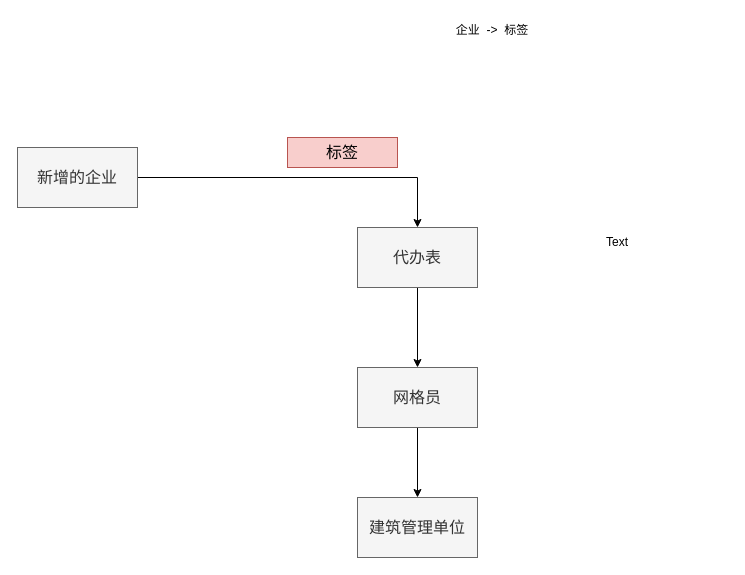
This is 消防新增.drawio from w1041660542/draw.io, a draw.io file, before an edit. Source tidied: cells renumbered, new cells numbered last; positions are measured from the earlier drawing's top-left corner, leaving out a move shared by most shapes. Both pictures are drawn from the tidied source at 100%, with x=0, y=0 at pixel (17, 17).
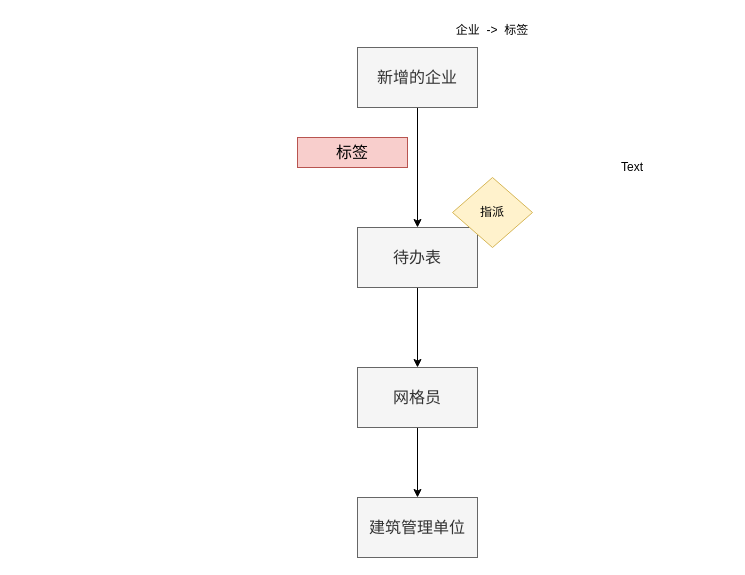
Above is the later version.

Commit message:
更新消防新增.drawio

The edit, as a diff of the source:
```diff
@@
 <mxGraphModel>
   <root>
     <mxCell id="0" />
     <mxCell id="1" parent="0" />
     <mxCell id="2" style="edgeStyle=orthogonalEdgeStyle;rounded=0;jettySize=auto;html=1;" parent="1" edge="1" source="3" target="5">
       <mxGeometry relative="1" as="geometry" />
     </mxCell>
     <mxCell id="3" value="&lt;font style=&quot;font-size: 16px;&quot;&gt;新增的企业&lt;/font&gt;" style="rounded=0;whiteSpace=wrap;html=1;fillColor=#f5f5f5;fontColor=#333333;strokeColor=#666666;" parent="1" vertex="1">
-      <mxGeometry y="130" width="120" height="60" as="geometry" />
+      <mxGeometry x="340" y="30" width="120" height="60" as="geometry" />
     </mxCell>
     <mxCell id="4" style="edgeStyle=orthogonalEdgeStyle;rounded=0;jettySize=auto;html=1;" parent="1" edge="1" source="5" target="8">
       <mxGeometry relative="1" as="geometry" />
     </mxCell>
-    <mxCell id="5" value="&lt;font style=&quot;font-size: 16px;&quot;&gt;代办表&lt;/font&gt;" style="rounded=0;whiteSpace=wrap;html=1;fillColor=#f5f5f5;strokeColor=#666666;fontColor=#333333;" parent="1" vertex="1">
+    <mxCell id="5" value="&lt;font style=&quot;font-size: 16px;&quot;&gt;待办表&lt;/font&gt;" style="rounded=0;whiteSpace=wrap;html=1;fillColor=#f5f5f5;strokeColor=#666666;fontColor=#333333;" parent="1" vertex="1">
       <mxGeometry x="340" y="210" width="120" height="60" as="geometry" />
     </mxCell>
     <mxCell id="6" value="&lt;font style=&quot;font-size: 16px;&quot;&gt;标签&lt;/font&gt;" style="text;html=1;align=center;verticalAlign=middle;whiteSpace=wrap;rounded=0;fillColor=#f8cecc;strokeColor=#b85450;" parent="1" vertex="1">
-      <mxGeometry x="270" y="120" width="110" height="30" as="geometry" />
+      <mxGeometry x="280" y="120" width="110" height="30" as="geometry" />
     </mxCell>
     <mxCell id="7" style="edgeStyle=orthogonalEdgeStyle;rounded=0;jettySize=auto;html=1;entryX=0.5;entryY=0;entryDx=0;entryDy=0;" parent="1" edge="1" source="8" target="9">
       <mxGeometry relative="1" as="geometry" />
     </mxCell>
     <mxCell id="8" value="&lt;font style=&quot;font-size: 16px;&quot;&gt;网格员&lt;/font&gt;" style="rounded=0;whiteSpace=wrap;html=1;fillColor=#f5f5f5;fontColor=#333333;strokeColor=#666666;" parent="1" vertex="1">
       <mxGeometry x="340" y="350" width="120" height="60" as="geometry" />
     </mxCell>
     <mxCell id="9" value="&lt;font style=&quot;font-size: 16px;&quot;&gt;建筑管理单位&lt;/font&gt;" style="rounded=0;whiteSpace=wrap;html=1;fillColor=#f5f5f5;fontColor=#333333;strokeColor=#666666;" parent="1" vertex="1">
       <mxGeometry x="340" y="480" width="120" height="60" as="geometry" />
     </mxCell>
     <mxCell id="10" value="Text" style="text;html=1;align=center;verticalAlign=middle;whiteSpace=wrap;rounded=0;" parent="1" vertex="1">
-      <mxGeometry x="490" y="170" width="220" height="110" as="geometry" />
+      <mxGeometry x="530" y="130" width="170" height="40" as="geometry" />
     </mxCell>
     <mxCell id="11" value="企业&amp;nbsp; -&amp;gt;&amp;nbsp; 标签&lt;br&gt;&lt;div&gt;&lt;br&gt;&lt;/div&gt;" style="text;html=1;align=center;verticalAlign=middle;whiteSpace=wrap;rounded=0;" parent="1" vertex="1">
       <mxGeometry x="410" width="130" height="40" as="geometry" />
     </mxCell>
+    <mxCell id="12" value="指派" style="rhombus;whiteSpace=wrap;html=1;fillColor=#fff2cc;strokeColor=#d6b656;" parent="1" vertex="1">
+      <mxGeometry x="435" y="160" width="80" height="70" as="geometry" />
+    </mxCell>
   </root>
 </mxGraphModel>
```
